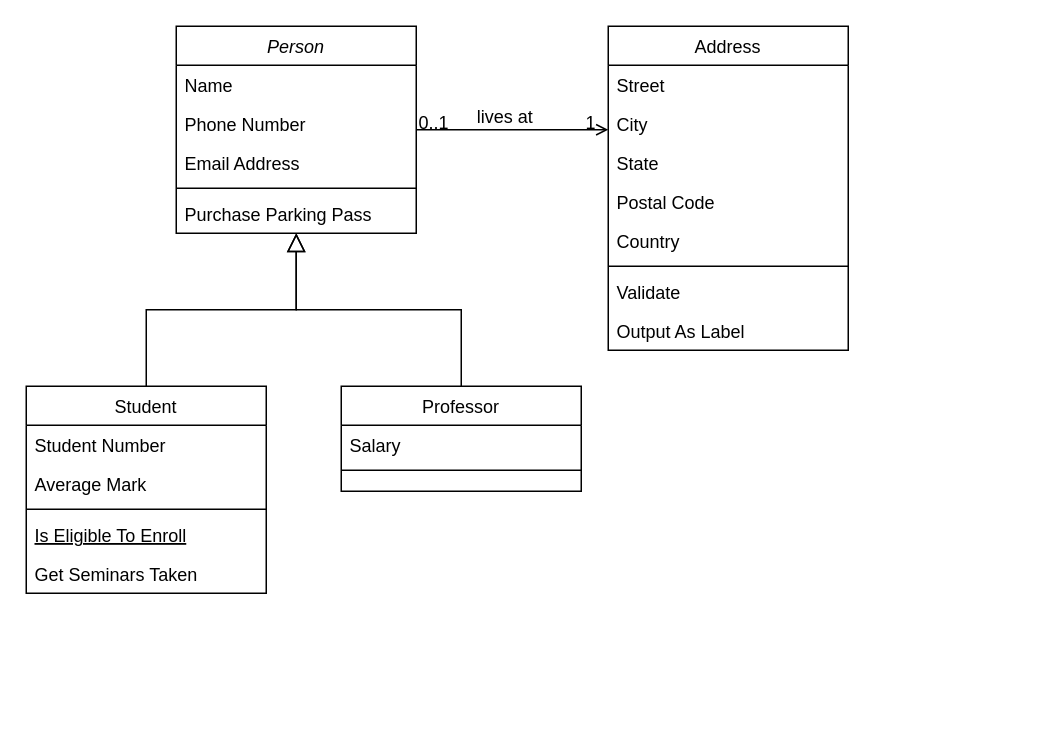
Before: Diagrama de Classes - AAMA.drawio in emanuelrzolet/Web-App-AAMA, a draw.io diagram. Source tidied: cells renumbered, new cells numbered last; positions are measured from the earlier drawing's top-left corner, leaving out a move shared by most shapes. Both pictures are drawn from the tidied source at 150%, with x=0, y=0 at pixel (26, 26).
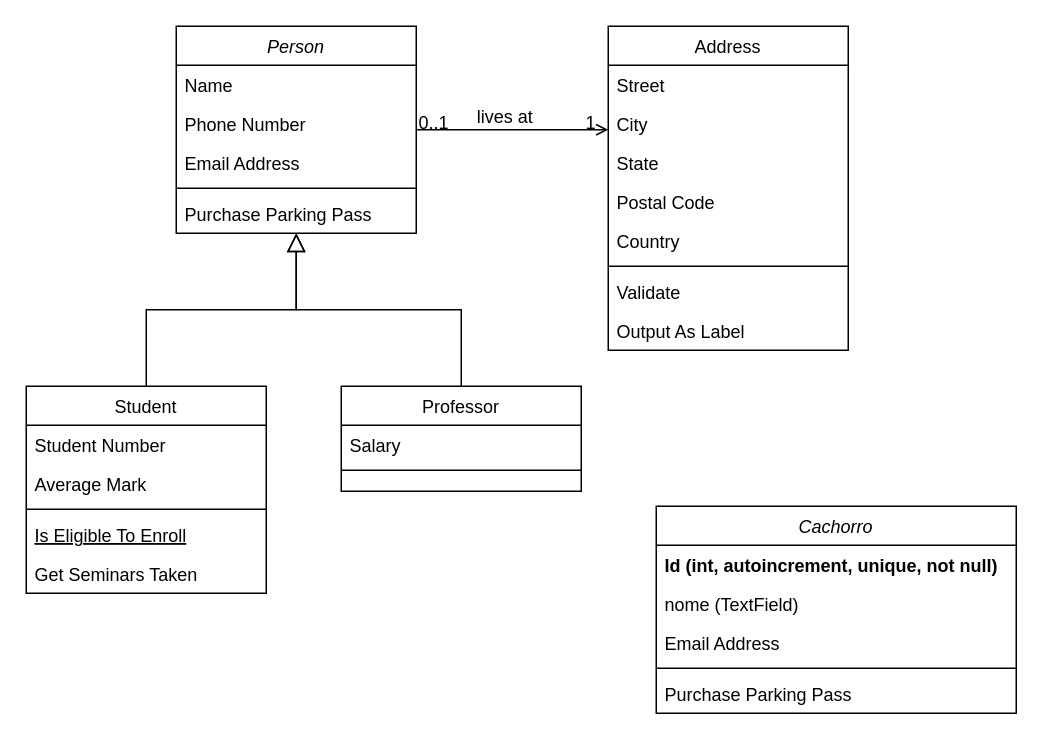
Above is the later version.

The edit, as a diff of the source:
```diff
@@
+    <mxCell id="32" value="Cachorro" style="swimlane;fontStyle=2;align=center;verticalAlign=top;horizontal=1;startSize=26;rounded=0;shadow=0;strokeWidth=1;" parent="1" vertex="1">
+      <mxGeometry x="420" y="320" width="240" height="138" as="geometry" />
+    </mxCell>
+    <mxCell id="33" value="Id (int, autoincrement, unique, not null)" style="text;align=left;verticalAlign=top;spacingLeft=4;spacingRight=4;overflow=hidden;fontStyle=1;" parent="32" vertex="1">
+      <mxGeometry y="26" width="240" height="26" as="geometry" />
+    </mxCell>
+    <mxCell id="34" value="nome (TextField)" style="text;align=left;verticalAlign=top;spacingLeft=4;spacingRight=4;overflow=hidden;rounded=0;shadow=0;html=0;" parent="32" vertex="1">
+      <mxGeometry y="52" width="240" height="26" as="geometry" />
+    </mxCell>
+    <mxCell id="35" value="Email Address" style="text;align=left;verticalAlign=top;spacingLeft=4;spacingRight=4;overflow=hidden;rounded=0;shadow=0;html=0;" parent="32" vertex="1">
+      <mxGeometry y="78" width="240" height="26" as="geometry" />
+    </mxCell>
+    <mxCell id="36" style="line;html=1;strokeWidth=1;align=left;verticalAlign=middle;spacingTop=-1;spacingLeft=3;spacingRight=3;labelPosition=right;" parent="32" vertex="1">
+      <mxGeometry y="104" width="240" height="8" as="geometry" />
+    </mxCell>
+    <mxCell id="37" value="Purchase Parking Pass" style="text;align=left;verticalAlign=top;spacingLeft=4;spacingRight=4;overflow=hidden;" parent="32" vertex="1">
+      <mxGeometry y="112" width="240" height="26" as="geometry" />
+    </mxCell>
```
